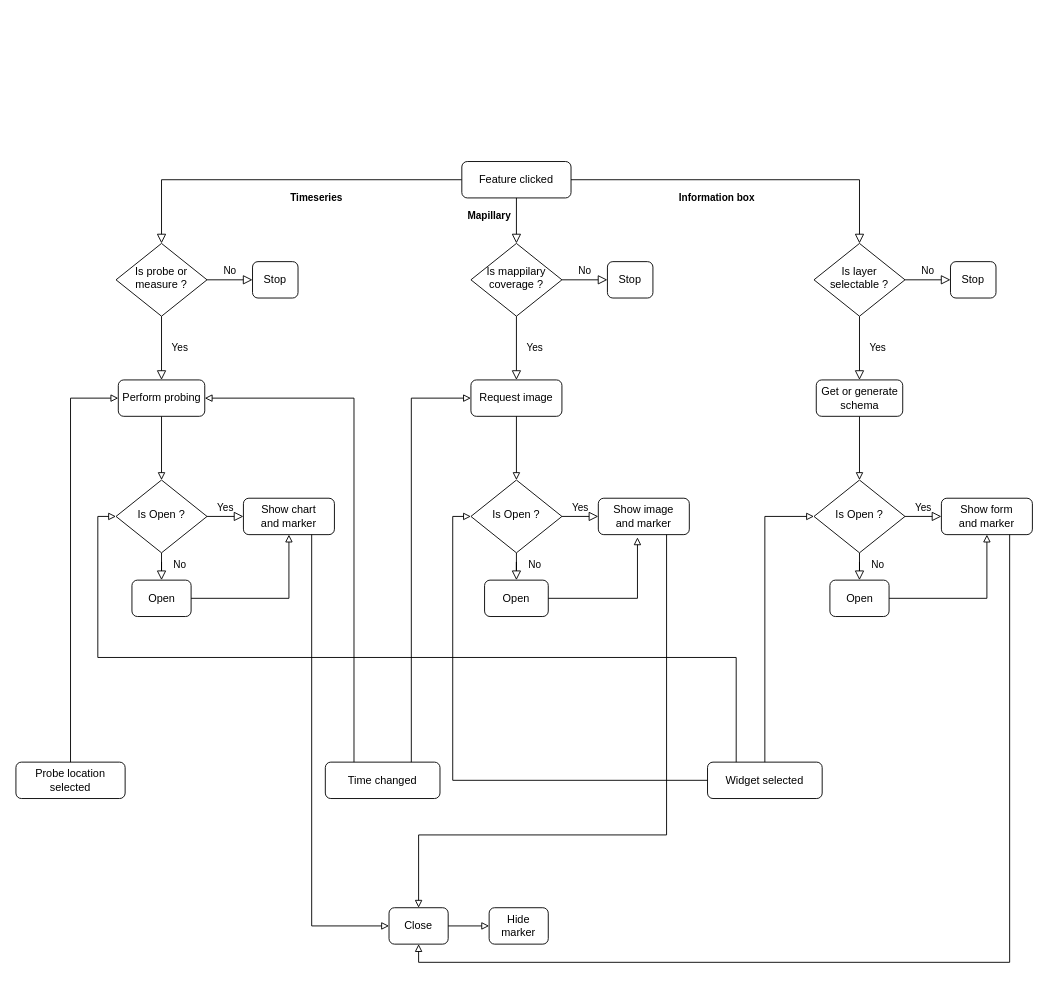
The draw.io diagram docs/assets/Widgets Workflow Diagram.drawio in kalisio/kdk, before the edit. Source tidied: cells renumbered, new cells numbered last; positions are measured from the earlier drawing's top-left corner, leaving out a move shared by most shapes. Both pictures are drawn from the tidied source at 91%, with x=0, y=0 at pixel (15, 161).
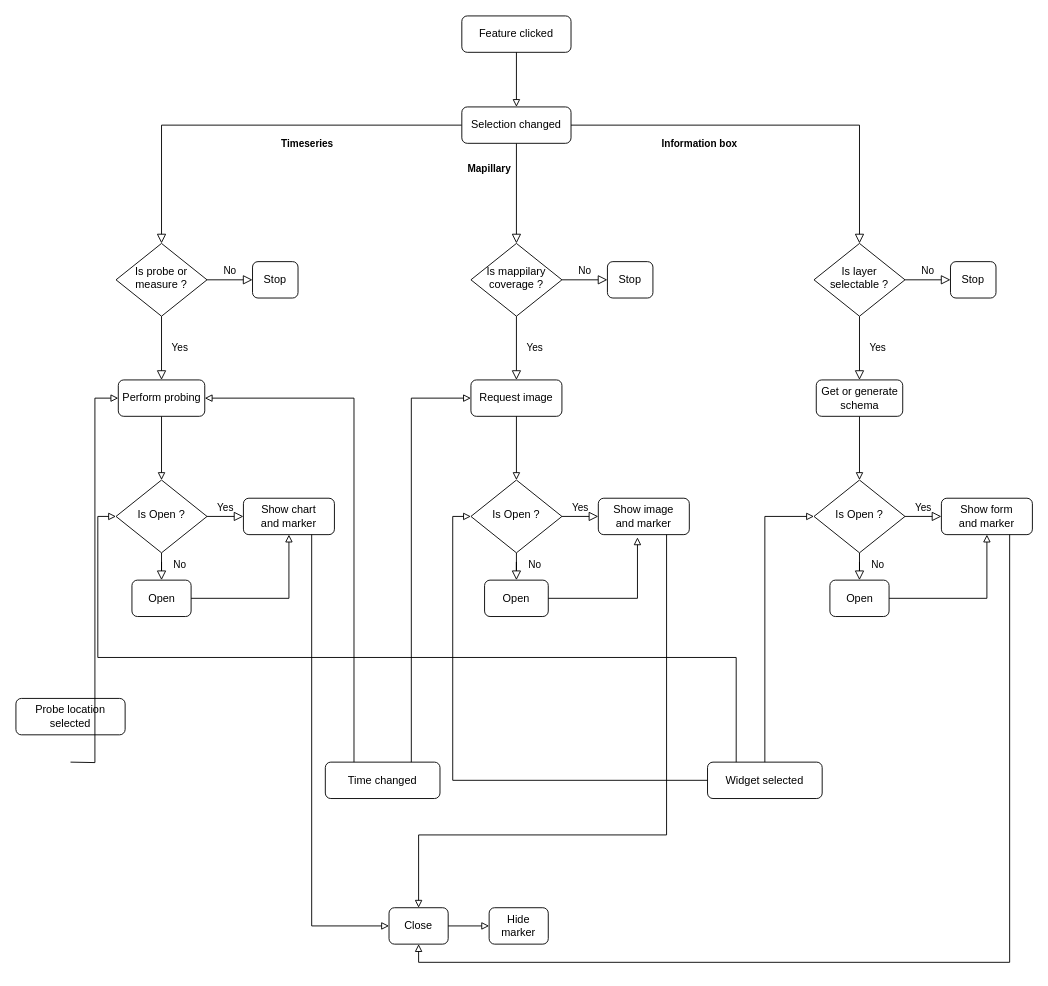
The same page after the edit.

Unchanged cells that the change refers to:
```xml
<mxCell id="6" value="Is probe or measure ?" style="rhombus;whiteSpace=wrap;html=1;shadow=0;fontFamily=Helvetica;fontSize=12;align=center;strokeWidth=1;spacing=6;spacingTop=-4;" parent="1" vertex="1">
  <mxGeometry x="110" y="90" width="100" height="80" as="geometry" />
</mxCell>
<mxCell id="14" value="Perform probing" style="rounded=1;whiteSpace=wrap;html=1;fontSize=12;glass=0;strokeWidth=1;shadow=0;" parent="1" vertex="1">
  <mxGeometry x="112.5" y="240" width="95" height="40" as="geometry" />
</mxCell>
<mxCell id="17" value="Is mappilary coverage ?" style="rhombus;whiteSpace=wrap;html=1;shadow=0;fontFamily=Helvetica;fontSize=12;align=center;strokeWidth=1;spacing=6;spacingTop=-4;" parent="1" vertex="1">
  <mxGeometry x="500" y="90" width="100" height="80" as="geometry" />
</mxCell>
<mxCell id="31" value="Is layer selectable ?" style="rhombus;whiteSpace=wrap;html=1;shadow=0;fontFamily=Helvetica;fontSize=12;align=center;strokeWidth=1;spacing=6;spacingTop=-4;" parent="1" vertex="1">
  <mxGeometry x="877" y="90" width="100" height="80" as="geometry" />
</mxCell>
```

Change to the diagram source:
```diff
@@
     <mxCell id="2" value="Timeseries" style="rounded=0;html=1;jettySize=auto;fontSize=11;endArrow=block;endFill=0;endSize=8;strokeWidth=1;shadow=0;labelBackgroundColor=none;edgeStyle=orthogonalEdgeStyle;fontStyle=1;" parent="1" edge="1" source="3" target="6">
-      <mxGeometry x="0.75" y="170" relative="1" as="geometry" />
+      <mxGeometry x="-0.26" y="20" relative="1" as="geometry" />
     </mxCell>
-    <mxCell id="3" value="Feature clicked" style="rounded=1;whiteSpace=wrap;html=1;fontSize=12;glass=0;strokeWidth=1;shadow=0;" parent="1" vertex="1">
-      <mxGeometry x="490" width="120" height="40" as="geometry" />
-    </mxCell>
@@
     <mxCell id="28" value="Mapillary" style="rounded=0;html=1;jettySize=auto;fontSize=11;endArrow=block;endFill=0;endSize=8;strokeWidth=1;shadow=0;labelBackgroundColor=none;edgeStyle=orthogonalEdgeStyle;exitX=0.5;exitY=1;exitDx=0;exitDy=0;fontStyle=1;" parent="1" edge="1" source="3" target="17">
-      <mxGeometry x="-0.2" y="-30" relative="1" as="geometry" />
+      <mxGeometry x="-0.5" y="-30" relative="1" as="geometry" />
     </mxCell>
@@
     <mxCell id="41" value="Information box" style="rounded=0;html=1;jettySize=auto;fontSize=11;endArrow=block;endFill=0;endSize=8;strokeWidth=1;shadow=0;labelBackgroundColor=none;edgeStyle=orthogonalEdgeStyle;fontStyle=1;exitX=1;exitY=0.5;exitDx=0;exitDy=0;entryX=0.5;entryY=0;entryDx=0;entryDy=0;" parent="1" edge="1" source="3" target="31">
-      <mxGeometry x="0.74" y="-157" relative="1" as="geometry" />
+      <mxGeometry x="-0.37" y="-20" relative="1" as="geometry" />
     </mxCell>
@@
     <mxCell id="45" value="Probe location selected" style="rounded=1;whiteSpace=wrap;html=1;fontSize=12;glass=0;strokeWidth=1;shadow=0;" parent="1" vertex="1">
-      <mxGeometry y="660" width="120" height="40" as="geometry" />
+      <mxGeometry y="590" width="120" height="40" as="geometry" />
     </mxCell>
-    <mxCell id="46" style="edgeStyle=orthogonalEdgeStyle;rounded=0;jettySize=auto;html=1;exitX=0.5;exitY=0;exitDx=0;exitDy=0;entryX=0;entryY=0.5;entryDx=0;entryDy=0;endArrow=block;endFill=0;" parent="1" edge="1" source="45" target="14">
-      <mxGeometry relative="1" as="geometry" />
+    <mxCell id="46" style="edgeStyle=orthogonalEdgeStyle;rounded=0;jettySize=auto;html=1;exitX=0.5;exitY=0;exitDx=0;exitDy=0;entryX=0;entryY=0.5;entryDx=0;entryDy=0;endArrow=block;endFill=0;" parent="1" edge="1" target="14">
+      <mxGeometry relative="1" as="geometry">
+        <mxPoint x="60" y="660" as="sourcePoint" />
+      </mxGeometry>
     </mxCell>
@@
+    <mxCell id="57" value="Feature clicked" style="rounded=1;whiteSpace=wrap;html=1;fontSize=12;glass=0;strokeWidth=1;shadow=0;" parent="1" vertex="1">
+      <mxGeometry x="490" y="-160" width="120" height="40" as="geometry" />
+    </mxCell>
+    <mxCell id="3" value="Selection changed" style="rounded=1;whiteSpace=wrap;html=1;fontSize=12;glass=0;strokeWidth=1;shadow=0;" parent="1" vertex="1">
+      <mxGeometry x="490" y="-60" width="120" height="40" as="geometry" />
+    </mxCell>
+    <mxCell id="58" style="edgeStyle=orthogonalEdgeStyle;rounded=0;jettySize=auto;html=1;exitX=0.5;exitY=1;exitDx=0;exitDy=0;endArrow=block;endFill=0;entryX=0.5;entryY=0;entryDx=0;entryDy=0;" parent="1" edge="1" source="57" target="3">
+      <mxGeometry relative="1" as="geometry" />
+    </mxCell>
```
